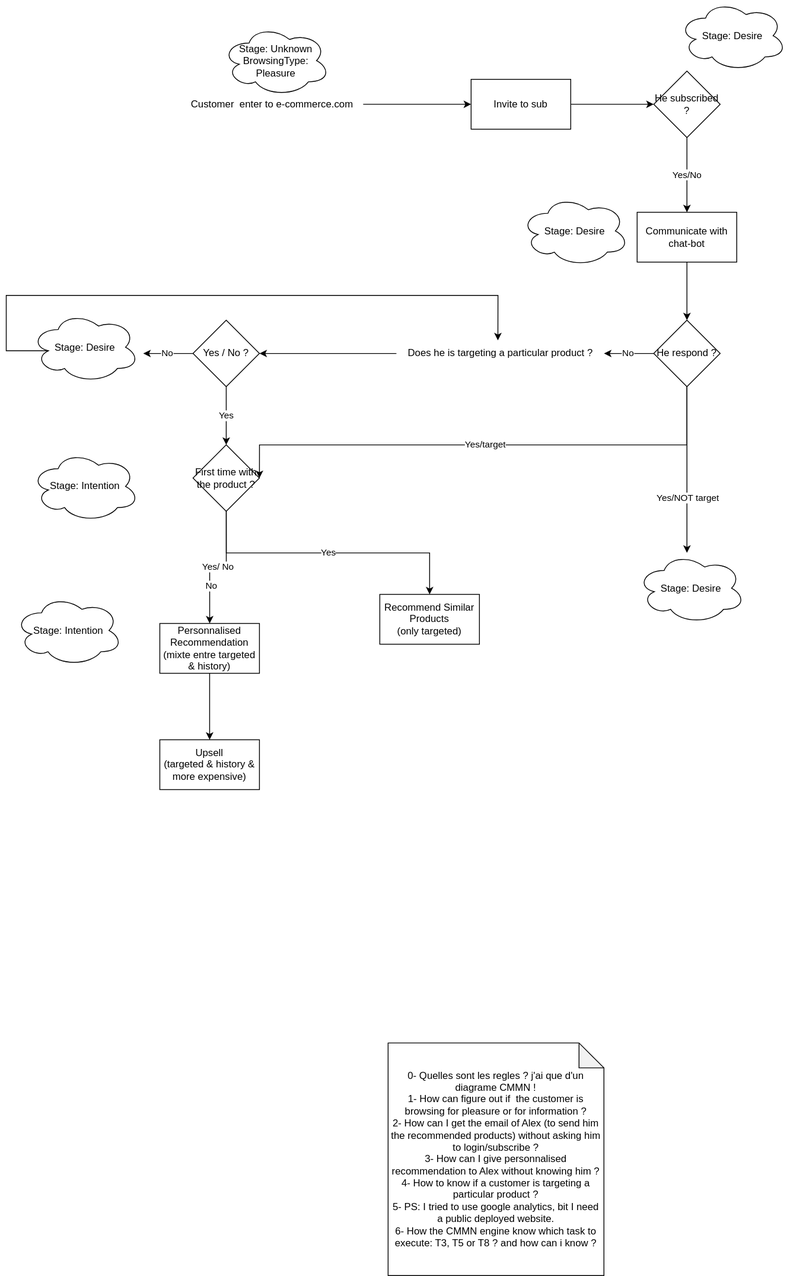
MohamedGrari/Customer-Journey-CXM-Tool keeps this draw.io diagram as src/main/resources/static/diagram.drawio.svg. Above is the earlier version. Source tidied: cells renumbered, new cells last; positions are measured from the earlier drawing's top-left corner, leaving out a move shared by most shapes.
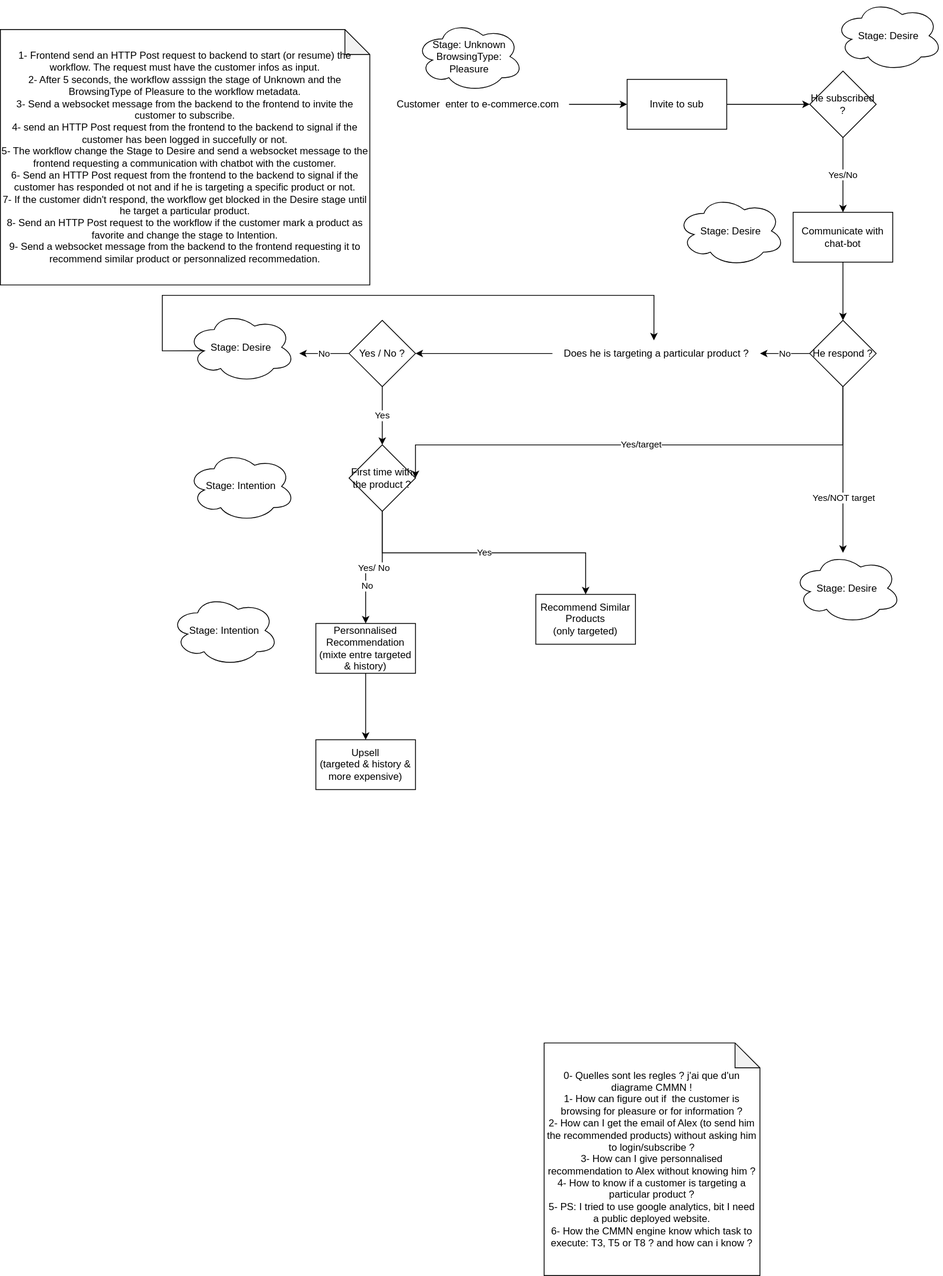
After the change.

The edit, as a diff of the source:
```diff
@@ -6,7 +6,7 @@
       <mxGeometry relative="1" as="geometry" />
     </mxCell>
     <mxCell id="3" value="Customer&amp;nbsp; enter to e-commerce.com" style="text;html=1;align=center;verticalAlign=middle;points=[];strokeColor=none;fillColor=none;" parent="1" vertex="1">
-      <mxGeometry x="210" y="110" width="220" height="30" as="geometry" />
+      <mxGeometry x="270" y="110" width="220" height="30" as="geometry" />
     </mxCell>
     <mxCell id="4" style="edgeStyle=orthogonalEdgeStyle;rounded=0;jettySize=auto;html=1;" parent="1" edge="1" source="5" target="7">
       <mxGeometry relative="1" as="geometry" />
@@ -27,7 +27,7 @@
       <mxGeometry x="760" y="255" width="120" height="60" as="geometry" />
     </mxCell>
     <mxCell id="10" value="Stage: Unknown&lt;br&gt;BrowsingType: Pleasure" style="ellipse;shape=cloud;whiteSpace=wrap;html=1;" parent="1" vertex="1">
-      <mxGeometry x="260" y="30" width="130" height="85" as="geometry" />
+      <mxGeometry x="305" y="25" width="130" height="85" as="geometry" />
     </mxCell>
     <mxCell id="11" value="Stage: Desire" style="ellipse;shape=cloud;whiteSpace=wrap;html=1;" parent="1" vertex="1">
       <mxGeometry x="810" width="130" height="85" as="geometry" />
@@ -124,5 +124,8 @@
     <mxCell id="36" value="Stage: Intention" style="ellipse;shape=cloud;whiteSpace=wrap;html=1;" parent="1" vertex="1">
       <mxGeometry x="10" y="716" width="130" height="85" as="geometry" />
     </mxCell>
+    <mxCell id="37" value="1- Frontend send an HTTP Post request to backend to start (or resume) the workflow. The request must have the customer infos as input.&lt;br&gt;2- After 5 seconds, the workflow asssign the stage of Unknown and the BrowsingType of Pleasure to the workflow metadata.&lt;br&gt;3- Send a websocket message from the backend to the frontend to invite the customer to subscribe.&lt;br&gt;4- send an HTTP Post request from the frontend to the backend to signal if the customer has been logged in succefully or not.&lt;br&gt;5- The workflow change the Stage to Desire and send a websocket message to the frontend requesting a communication with chatbot with the customer.&lt;br&gt;6- Send an HTTP Post request from the frontend to the backend to signal if the customer has responded ot not and if he is targeting a specific product or not.&lt;br&gt;7- If the customer didn't respond, the workflow get blocked in the Desire stage until he target a particular product.&lt;br&gt;8- Send an HTTP Post request to the workflow if the customer mark a product as favorite and change the stage to Intention.&lt;br&gt;9- Send a websocket message from the backend to the frontend requesting it to recommend similar product or personnalized recommedation." style="shape=note;whiteSpace=wrap;html=1;backgroundOutline=1;darkOpacity=0.05;" parent="1" vertex="1">
+      <mxGeometry x="-195" y="35" width="445" height="307.5" as="geometry" />
+    </mxCell>
   </root>
 </mxGraphModel>
```
